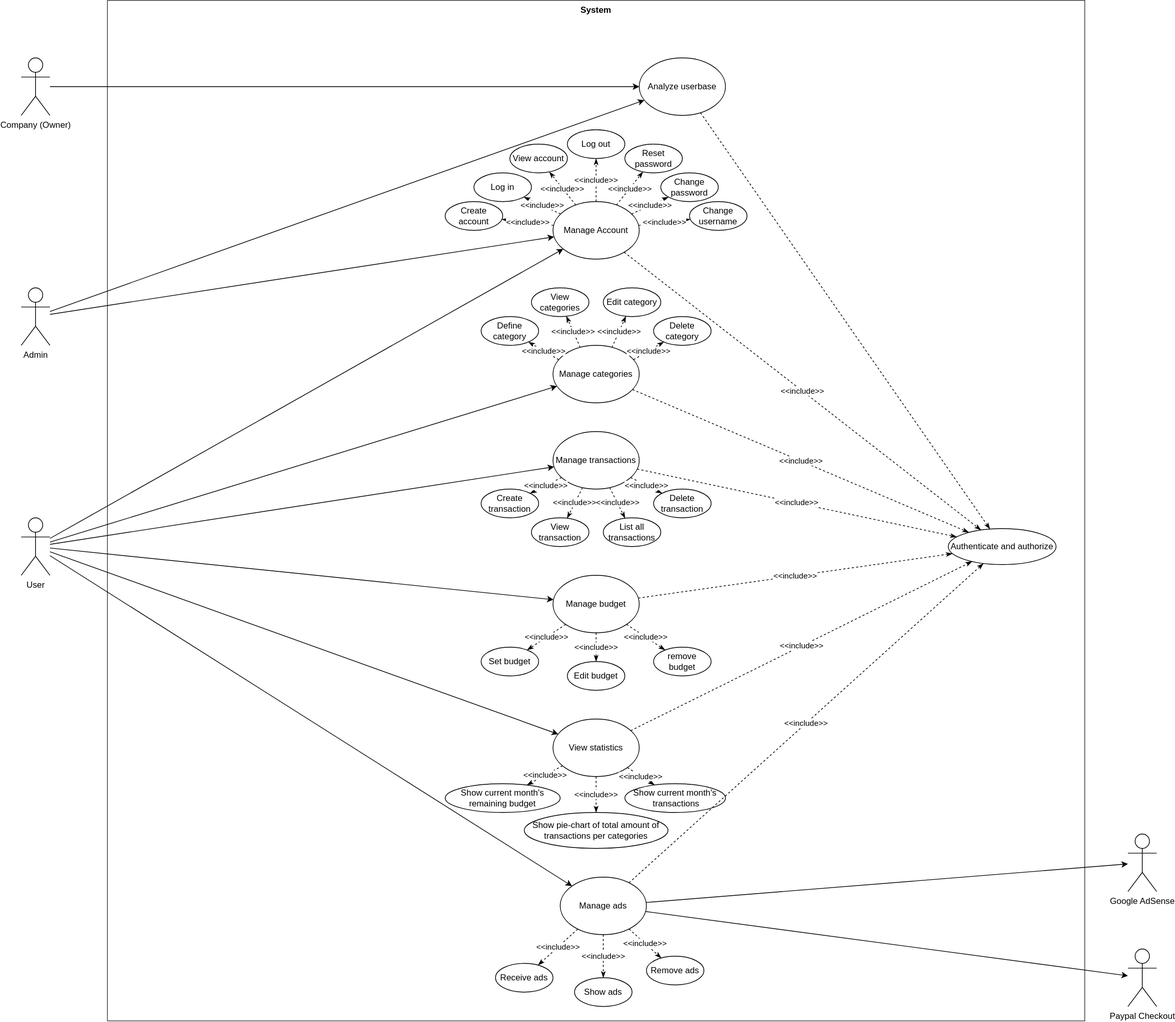
This is diagrams/UseCaseDiagramV2.svg from pucciorenzo/softengTesting, a draw.io export, as it was before one commit. Source tidied: cells renumbered, new cells last; positions are measured from the earlier drawing's top-left corner, leaving out a move shared by most shapes.
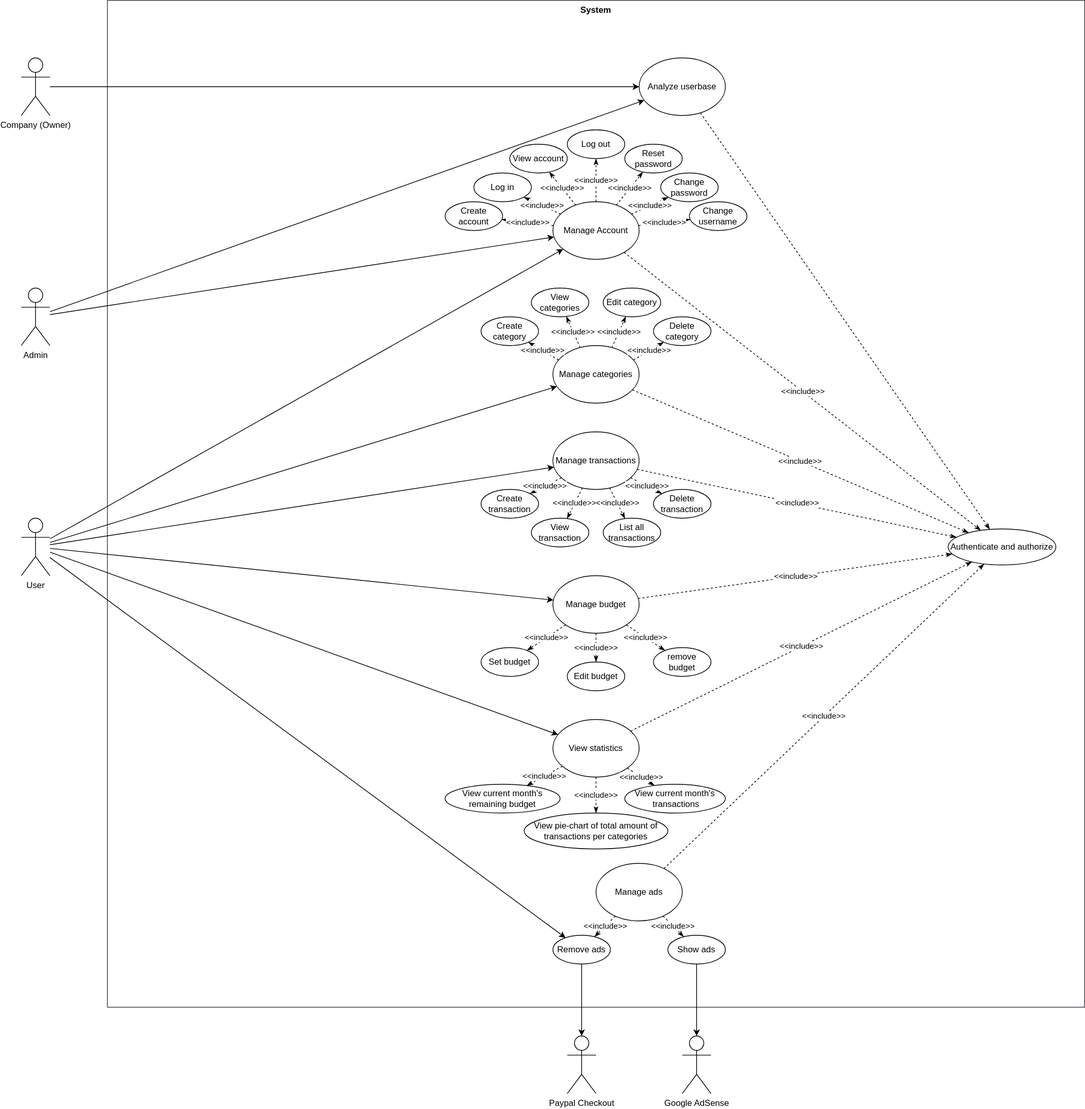
Later version of the same file.

Diff of the diagram source:
```diff
@@ -3,7 +3,7 @@
     <mxCell id="0" />
     <mxCell id="1" parent="0" />
     <mxCell id="2" value="System" style="shape=rect;html=1;verticalAlign=top;fontStyle=1;whiteSpace=wrap;align=center;fillColor=none;strokeColor=#36393d;" parent="1" vertex="1">
-      <mxGeometry x="120" width="1360" height="1420" as="geometry" />
+      <mxGeometry x="120" width="1360" height="1400" as="geometry" />
     </mxCell>
     <mxCell id="3" style="rounded=0;jettySize=auto;html=1;" parent="1" edge="1" source="5" target="6">
       <mxGeometry relative="1" as="geometry" />
@@ -122,7 +122,7 @@
         <mxPoint x="852" y="500" as="sourcePoint" />
       </mxGeometry>
     </mxCell>
-    <mxCell id="40" value="Define category" style="ellipse;whiteSpace=wrap;html=1;" parent="1" vertex="1">
+    <mxCell id="40" value="Create category" style="ellipse;whiteSpace=wrap;html=1;" parent="1" vertex="1">
       <mxGeometry x="640" y="440" width="80" height="40" as="geometry" />
     </mxCell>
     <mxCell id="41" value="Edit category" style="ellipse;whiteSpace=wrap;html=1;" parent="1" vertex="1">
@@ -160,13 +160,13 @@
     <mxCell id="51" value="View statistics" style="ellipse;whiteSpace=wrap;html=1;" parent="1" vertex="1">
       <mxGeometry x="740" y="1000" width="120" height="80" as="geometry" />
     </mxCell>
-    <mxCell id="52" value="Show current month's &lt;br&gt;remaining budget" style="ellipse;whiteSpace=wrap;html=1;" parent="1" vertex="1">
+    <mxCell id="52" value="View current month's &lt;br&gt;remaining budget" style="ellipse;whiteSpace=wrap;html=1;" parent="1" vertex="1">
       <mxGeometry x="590" y="1090" width="160" height="40" as="geometry" />
     </mxCell>
-    <mxCell id="53" value="Show current month's&lt;br&gt;&amp;nbsp;transactions" style="ellipse;whiteSpace=wrap;html=1;" parent="1" vertex="1">
+    <mxCell id="53" value="View current month's&lt;br&gt;&amp;nbsp;transactions" style="ellipse;whiteSpace=wrap;html=1;" parent="1" vertex="1">
       <mxGeometry x="840" y="1090" width="140" height="40" as="geometry" />
     </mxCell>
-    <mxCell id="54" value="Show pie-chart of total amount of &lt;br&gt;transactions per categories" style="ellipse;whiteSpace=wrap;html=1;" parent="1" vertex="1">
+    <mxCell id="54" value="View pie-chart of total amount of &lt;br&gt;transactions per categories" style="ellipse;whiteSpace=wrap;html=1;" parent="1" vertex="1">
       <mxGeometry x="700" y="1130" width="200" height="50" as="geometry" />
     </mxCell>
     <mxCell id="55" value="&amp;lt;&amp;lt;include&amp;gt;&amp;gt;" style="endArrow=classicThin;dashed=1;html=1;rounded=0;endFill=1;" parent="1" edge="1" source="51" target="54">
@@ -215,42 +215,36 @@
       <mxGeometry relative="1" as="geometry" />
     </mxCell>
     <mxCell id="70" value="Manage ads" style="ellipse;whiteSpace=wrap;html=1;" parent="1" vertex="1">
-      <mxGeometry x="750" y="1220" width="120" height="80" as="geometry" />
+      <mxGeometry x="800" y="1200" width="120" height="80" as="geometry" />
     </mxCell>
     <mxCell id="71" value="Remove ads" style="ellipse;whiteSpace=wrap;html=1;" parent="1" vertex="1">
-      <mxGeometry x="870" y="1330" width="80" height="40" as="geometry" />
+      <mxGeometry x="740" y="1300" width="80" height="40" as="geometry" />
     </mxCell>
     <mxCell id="72" value="Show ads" style="ellipse;whiteSpace=wrap;html=1;" parent="1" vertex="1">
-      <mxGeometry x="770" y="1360" width="80" height="40" as="geometry" />
+      <mxGeometry x="900" y="1300" width="80" height="40" as="geometry" />
     </mxCell>
-    <mxCell id="73" value="Receive ads" style="ellipse;whiteSpace=wrap;html=1;" parent="1" vertex="1">
-      <mxGeometry x="660" y="1340" width="80" height="40" as="geometry" />
-    </mxCell>
-    <mxCell id="74" value="&amp;lt;&amp;lt;include&amp;gt;&amp;gt;" style="endArrow=classicThin;dashed=1;html=1;rounded=0;endFill=1;" parent="1" edge="1" source="70" target="73">
-      <mxGeometry relative="1" as="geometry" />
-    </mxCell>
     <mxCell id="75" value="&amp;lt;&amp;lt;include&amp;gt;&amp;gt;" style="endArrow=classicThin;dashed=1;html=1;rounded=0;endFill=1;" parent="1" edge="1" source="70" target="72">
       <mxGeometry relative="1" as="geometry" />
     </mxCell>
     <mxCell id="76" value="&amp;lt;&amp;lt;include&amp;gt;&amp;gt;" style="endArrow=classicThin;dashed=1;html=1;rounded=0;endFill=1;" parent="1" edge="1" source="70" target="71">
       <mxGeometry relative="1" as="geometry" />
     </mxCell>
-    <mxCell id="77" style="rounded=0;jettySize=auto;html=1;" parent="1" edge="1" source="5" target="70">
+    <mxCell id="77" style="rounded=0;jettySize=auto;html=1;" parent="1" edge="1" source="5" target="71">
       <mxGeometry relative="1" as="geometry" />
     </mxCell>
     <mxCell id="78" value="&amp;lt;&amp;lt;include&amp;gt;&amp;gt;" style="endArrow=classicThin;dashed=1;html=1;rounded=0;endFill=1;" parent="1" edge="1" source="70" target="12">
       <mxGeometry relative="1" as="geometry" />
     </mxCell>
     <mxCell id="79" value="Google AdSense" style="shape=umlActor;html=1;verticalLabelPosition=bottom;verticalAlign=top;align=center;" parent="1" vertex="1">
-      <mxGeometry x="1540" y="1160" width="40" height="80" as="geometry" />
+      <mxGeometry x="920" y="1440" width="40" height="80" as="geometry" />
     </mxCell>
-    <mxCell id="80" style="endArrow=classic;html=1;rounded=0;" parent="1" edge="1" source="70" target="79">
+    <mxCell id="80" style="endArrow=classic;html=1;rounded=0;" parent="1" edge="1" source="72" target="79">
       <mxGeometry relative="1" as="geometry" />
     </mxCell>
     <mxCell id="81" value="Paypal Checkout" style="shape=umlActor;html=1;verticalLabelPosition=bottom;verticalAlign=top;align=center;" parent="1" vertex="1">
-      <mxGeometry x="1540" y="1320" width="40" height="80" as="geometry" />
+      <mxGeometry x="760" y="1440" width="40" height="80" as="geometry" />
     </mxCell>
-    <mxCell id="82" style="endArrow=classic;html=1;rounded=0;" parent="1" edge="1" source="70" target="81">
+    <mxCell id="82" style="endArrow=classic;html=1;rounded=0;" parent="1" edge="1" source="71" target="81">
       <mxGeometry relative="1" as="geometry" />
     </mxCell>
   </root>
```
